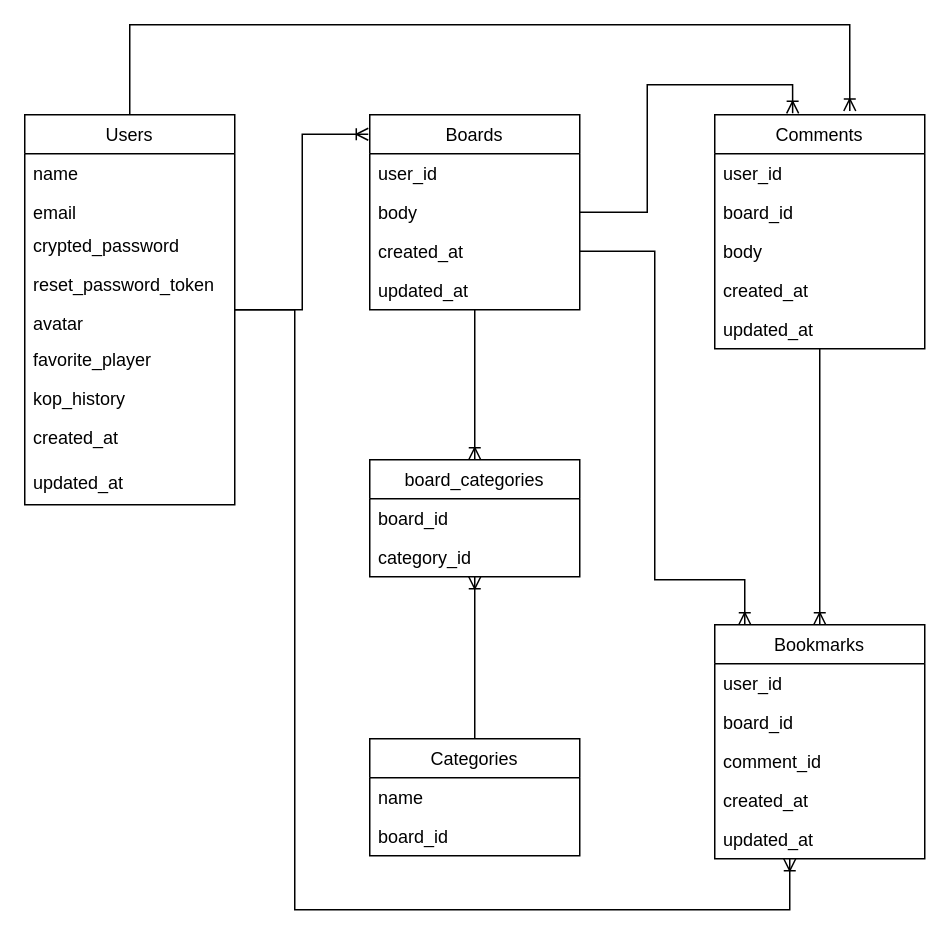
sasakix69/You_Will_Never_Walk_Alone keeps this draw.io diagram as er.drawio. Above is the earlier version. Source tidied: cells renumbered, new cells numbered last; positions are measured from the earlier drawing's top-left corner, leaving out a move shared by most shapes. Both pictures are drawn from the tidied source at 150%, with x=0, y=0 at pixel (24, 24).
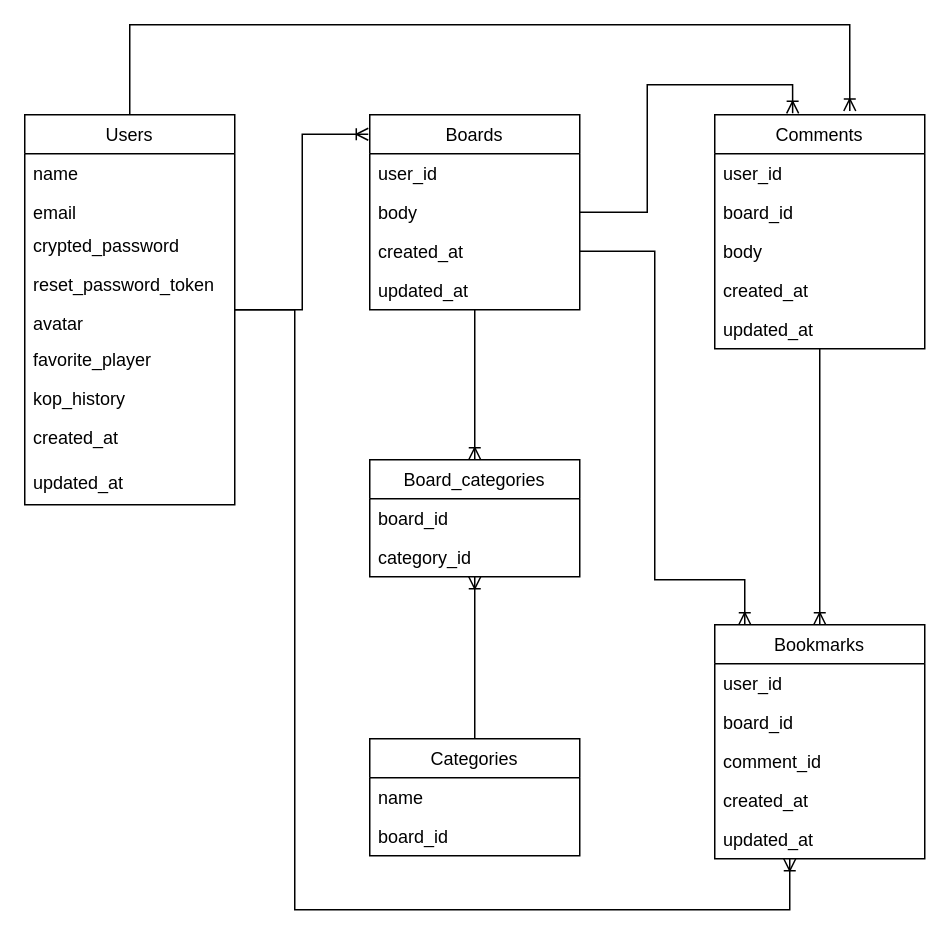
After the change.

Commit message:
Fix: board_categoriesテーブルのテーブル名をBoard_categoriesに変更

Change to the diagram source:
```diff
@@
-    <mxCell id="40" value="board_categories" style="swimlane;fontStyle=0;horizontal=1;startSize=26;" parent="1" vertex="1">
+    <mxCell id="40" value="Board_categories" style="swimlane;fontStyle=0;horizontal=1;startSize=26;" parent="1" vertex="1">
       <mxGeometry x="230" y="290" width="140" height="78" as="geometry" />
     </mxCell>
```
